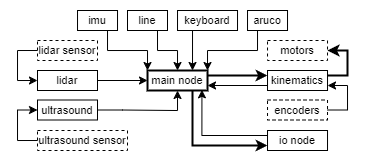
Earlier version of the draw.io export paper/images/nodes_schematic.png (viotalJiplk/bpc-prp). Source tidied: cells renumbered, new cells last; positions are measured from the earlier drawing's top-left corner, leaving out a move shared by most shapes.
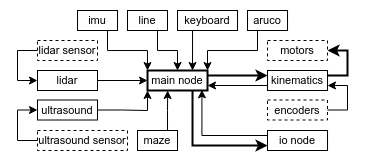
Above is the later version.

Commit message:
docs(paper): update nodes image, spelling

What changed in the source:
```diff
@@ -29,7 +29,7 @@
     <mxCell id="10" value="&lt;font style=&quot;font-size: 11px;&quot;&gt;line&lt;/font&gt;" style="rounded=0;whiteSpace=wrap;html=1;fillColor=none;strokeWidth=1;fontSize=11;" parent="1" vertex="1">
       <mxGeometry x="110" width="40" height="20" as="geometry" />
     </mxCell>
-    <mxCell id="11" style="edgeStyle=orthogonalEdgeStyle;rounded=0;jettySize=auto;html=1;exitX=1;exitY=0.5;exitDx=0;exitDy=0;entryX=0.5;entryY=1;entryDx=0;entryDy=0;fontSize=11;startArrow=none;startFill=0;endArrow=classic;endFill=1;" parent="1" edge="1" source="12" target="4">
+    <mxCell id="11" style="edgeStyle=orthogonalEdgeStyle;rounded=0;jettySize=auto;html=1;exitX=1;exitY=0.5;exitDx=0;exitDy=0;entryX=0;entryY=1;entryDx=0;entryDy=0;fontSize=11;startArrow=none;startFill=0;endArrow=classic;endFill=1;" parent="1" edge="1" source="12" target="4">
       <mxGeometry relative="1" as="geometry" />
     </mxCell>
     <mxCell id="12" value="&lt;font style=&quot;font-size: 11px;&quot;&gt;ultrasound&lt;/font&gt;" style="rounded=0;whiteSpace=wrap;html=1;fillColor=none;strokeWidth=1;fontSize=11;" parent="1" vertex="1">
@@ -103,5 +103,11 @@
     <mxCell id="28" value="&lt;font style=&quot;font-size: 11px;&quot;&gt;lidar&lt;/font&gt;" style="rounded=0;whiteSpace=wrap;html=1;fillColor=none;strokeWidth=1;fontSize=11;" parent="1" vertex="1">
       <mxGeometry x="20" y="60" width="60" height="20" as="geometry" />
     </mxCell>
+    <mxCell id="29" value="&lt;font style=&quot;font-size: 11px;&quot;&gt;maze&lt;/font&gt;" style="rounded=0;whiteSpace=wrap;html=1;fillColor=none;strokeWidth=1;fontSize=11;" parent="1" vertex="1">
+      <mxGeometry x="120" y="120" width="40" height="20" as="geometry" />
+    </mxCell>
+    <mxCell id="30" style="edgeStyle=orthogonalEdgeStyle;rounded=0;jettySize=auto;html=1;exitX=0.75;exitY=0;exitDx=0;exitDy=0;entryX=0.336;entryY=1;entryDx=0;entryDy=0;entryPerimeter=0;" parent="1" edge="1" source="29" target="4">
+      <mxGeometry relative="1" as="geometry" />
+    </mxCell>
   </root>
 </mxGraphModel>
```
